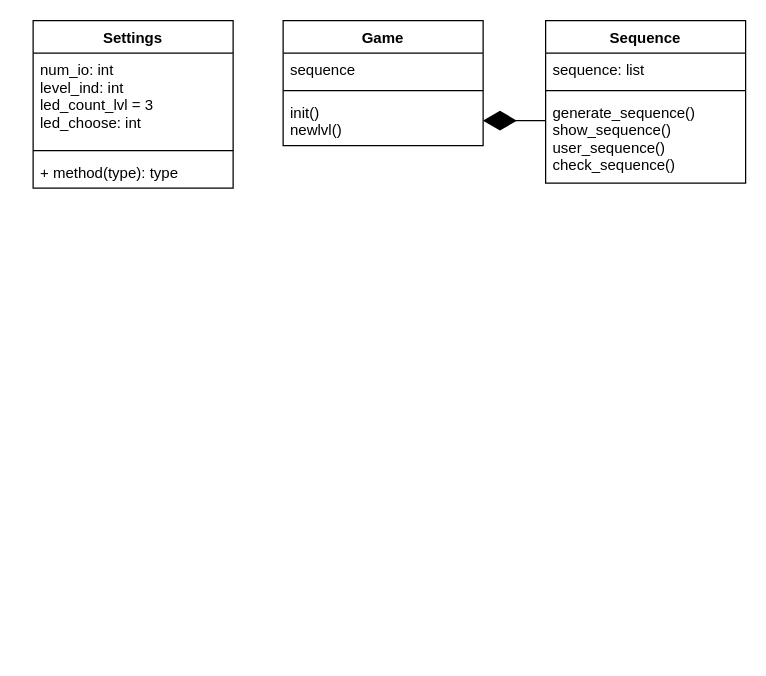
This is Class diagram.drawio from Flaviu123/LED_MindGame, a draw.io file, before an edit. Source tidied: cells renumbered, new cells numbered last; positions are measured from the earlier drawing's top-left corner, leaving out a move shared by most shapes. Both pictures are drawn from the tidied source at 125%, with x=0, y=0 at pixel (32, 20).
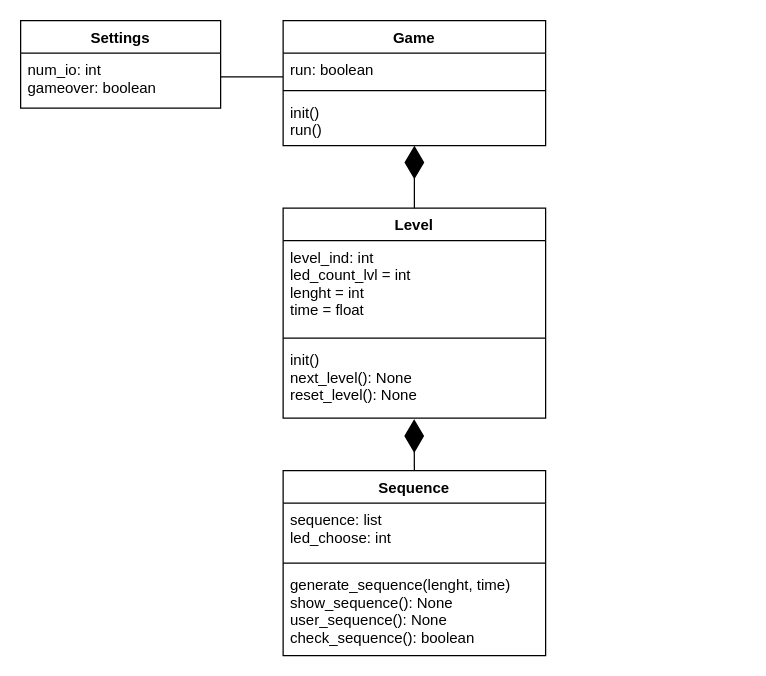
After the change.

Commit message:
Added class Level to the class diagram

What changed in the source:
```diff
@@
 <mxGraphModel>
   <root>
     <mxCell id="0" />
     <mxCell id="1" parent="0" />
     <mxCell id="2" value="Settings" style="swimlane;fontStyle=1;align=center;verticalAlign=top;horizontal=1;startSize=26;" parent="1" vertex="1">
-      <mxGeometry width="160" height="134" as="geometry" />
+      <mxGeometry x="-10" width="160" height="70" as="geometry" />
     </mxCell>
-    <mxCell id="3" value="num_io: int&#10;level_ind: int&#10;led_count_lvl = 3&#10;led_choose: int&#10;" style="text;strokeColor=none;fillColor=none;align=left;verticalAlign=top;spacingLeft=4;spacingRight=4;overflow=hidden;" parent="2" vertex="1">
-      <mxGeometry y="26" width="160" height="74" as="geometry" />
+    <mxCell id="3" value="num_io: int&#10;gameover: boolean" style="text;strokeColor=none;fillColor=none;align=left;verticalAlign=top;spacingLeft=4;spacingRight=4;overflow=hidden;" parent="2" vertex="1">
+      <mxGeometry y="26" width="160" height="44" as="geometry" />
     </mxCell>
-    <mxCell id="4" style="line;strokeWidth=1;fillColor=none;align=left;verticalAlign=middle;spacingTop=-1;spacingLeft=3;spacingRight=3;labelPosition=right;" parent="2" vertex="1">
-      <mxGeometry y="100" width="160" height="8" as="geometry" />
-    </mxCell>
-    <mxCell id="5" value="+ method(type): type" style="text;strokeColor=none;fillColor=none;align=left;verticalAlign=top;spacingLeft=4;spacingRight=4;overflow=hidden;" parent="2" vertex="1">
-      <mxGeometry y="108" width="160" height="26" as="geometry" />
-    </mxCell>
     <mxCell id="6" value="Game" style="swimlane;fontStyle=1;align=center;verticalAlign=top;horizontal=1;startSize=26;" parent="1" vertex="1">
-      <mxGeometry x="200" width="160" height="100" as="geometry" />
+      <mxGeometry x="200" width="210" height="100" as="geometry" />
     </mxCell>
-    <mxCell id="7" value="sequence" style="text;strokeColor=none;fillColor=none;align=left;verticalAlign=top;spacingLeft=4;spacingRight=4;overflow=hidden;points=[[0,0.5],[1,0.5]];portConstraint=eastwest;" parent="6" vertex="1">
-      <mxGeometry y="26" width="160" height="26" as="geometry" />
+    <mxCell id="7" value="run: boolean" style="text;strokeColor=none;fillColor=none;align=left;verticalAlign=top;spacingLeft=4;spacingRight=4;overflow=hidden;points=[[0,0.5],[1,0.5]];portConstraint=eastwest;" parent="6" vertex="1">
+      <mxGeometry y="26" width="210" height="26" as="geometry" />
     </mxCell>
     <mxCell id="8" style="line;strokeWidth=1;fillColor=none;align=left;verticalAlign=middle;spacingTop=-1;spacingLeft=3;spacingRight=3;labelPosition=right;" parent="6" vertex="1">
-      <mxGeometry y="52" width="160" height="8" as="geometry" />
+      <mxGeometry y="52" width="210" height="8" as="geometry" />
     </mxCell>
-    <mxCell id="9" value="init()&#10;newlvl()&#10;" style="text;strokeColor=none;fillColor=none;align=left;verticalAlign=top;spacingLeft=4;spacingRight=4;overflow=hidden;points=[[0,0.5],[1,0.5]];portConstraint=eastwest;" parent="6" vertex="1">
-      <mxGeometry y="60" width="160" height="40" as="geometry" />
+    <mxCell id="9" value="init()&#10;run()&#10;" style="text;strokeColor=none;fillColor=none;align=left;verticalAlign=top;spacingLeft=4;spacingRight=4;overflow=hidden;points=[[0,0.5],[1,0.5]];portConstraint=eastwest;" parent="6" vertex="1">
+      <mxGeometry y="60" width="210" height="40" as="geometry" />
     </mxCell>
     <mxCell id="10" value="Sequence" style="swimlane;fontStyle=1;align=center;verticalAlign=top;horizontal=1;startSize=26;" parent="1" vertex="1">
-      <mxGeometry x="410" width="160" height="130" as="geometry" />
+      <mxGeometry x="200" y="360" width="210" height="148" as="geometry" />
     </mxCell>
-    <mxCell id="11" value="sequence: list" style="text;strokeColor=none;fillColor=none;align=left;verticalAlign=top;spacingLeft=4;spacingRight=4;overflow=hidden;" parent="10" vertex="1">
-      <mxGeometry y="26" width="160" height="26" as="geometry" />
+    <mxCell id="11" value="sequence: list&#10;led_choose: int&#10;" style="text;strokeColor=none;fillColor=none;align=left;verticalAlign=top;spacingLeft=4;spacingRight=4;overflow=hidden;" parent="10" vertex="1">
+      <mxGeometry y="26" width="210" height="44" as="geometry" />
     </mxCell>
     <mxCell id="12" style="line;strokeWidth=1;fillColor=none;align=left;verticalAlign=middle;spacingTop=-1;spacingLeft=3;spacingRight=3;labelPosition=right;" parent="10" vertex="1">
-      <mxGeometry y="52" width="160" height="8" as="geometry" />
+      <mxGeometry y="70" width="210" height="8" as="geometry" />
     </mxCell>
-    <mxCell id="13" value="generate_sequence()&#10;show_sequence()&#10;user_sequence()&#10;check_sequence()" style="text;strokeColor=none;fillColor=none;align=left;verticalAlign=top;spacingLeft=4;spacingRight=4;overflow=hidden;" parent="10" vertex="1">
-      <mxGeometry y="60" width="160" height="70" as="geometry" />
+    <mxCell id="13" value="generate_sequence(lenght, time)&#10;show_sequence(): None&#10;user_sequence(): None&#10;check_sequence(): boolean" style="text;strokeColor=none;fillColor=none;align=left;verticalAlign=top;spacingLeft=4;spacingRight=4;overflow=hidden;" parent="10" vertex="1">
+      <mxGeometry y="78" width="210" height="70" as="geometry" />
     </mxCell>
-    <mxCell id="14" style="endArrow=diamondThin;endFill=1;endSize=24;html=1;rounded=0;entryX=1;entryY=0.5;entryDx=0;entryDy=0;" parent="1" edge="1" target="9">
-      <mxGeometry relative="1" as="geometry">
-        <mxPoint x="410" y="80" as="sourcePoint" />
-      </mxGeometry>
+    <mxCell id="14" style="endArrow=diamondThin;endFill=1;endSize=24;html=1;rounded=0;exitX=0.5;exitY=0;exitDx=0;exitDy=0;entryX=0.499;entryY=1.014;entryDx=0;entryDy=0;entryPerimeter=0;" parent="1" edge="1" source="10" target="18">
+      <mxGeometry relative="1" as="geometry" />
     </mxCell>
+    <mxCell id="15" value="Level" style="swimlane;fontStyle=1;align=center;verticalAlign=top;horizontal=1;startSize=26;" parent="1" vertex="1">
+      <mxGeometry x="200" y="150" width="210" height="168" as="geometry" />
+    </mxCell>
+    <mxCell id="16" value="level_ind: int&#10;led_count_lvl = int&#10;lenght = int&#10;time = float" style="text;strokeColor=none;fillColor=none;align=left;verticalAlign=top;spacingLeft=4;spacingRight=4;overflow=hidden;" parent="15" vertex="1">
+      <mxGeometry y="26" width="210" height="74" as="geometry" />
+    </mxCell>
+    <mxCell id="17" style="line;strokeWidth=1;fillColor=none;align=left;verticalAlign=middle;spacingTop=-1;spacingLeft=3;spacingRight=3;labelPosition=right;" parent="15" vertex="1">
+      <mxGeometry y="100" width="210" height="8" as="geometry" />
+    </mxCell>
+    <mxCell id="18" value="init()&#10;next_level(): None&#10;reset_level(): None" style="text;strokeColor=none;fillColor=none;align=left;verticalAlign=top;spacingLeft=4;spacingRight=4;overflow=hidden;points=[[0,0.5],[1,0.5]];portConstraint=eastwest;" parent="15" vertex="1">
+      <mxGeometry y="108" width="210" height="60" as="geometry" />
+    </mxCell>
+    <mxCell id="19" style="endArrow=diamondThin;endFill=1;endSize=24;html=1;rounded=0;entryX=0.5;entryY=1;entryDx=0;entryDy=0;entryPerimeter=0;exitX=0.5;exitY=0;exitDx=0;exitDy=0;" parent="1" edge="1" source="15" target="9">
+      <mxGeometry relative="1" as="geometry" />
+    </mxCell>
+    <mxCell id="20" style="endArrow=none;html=1;rounded=0;exitX=0;exitY=0.731;exitDx=0;exitDy=0;exitPerimeter=0;" parent="1" edge="1" source="7">
+      <mxGeometry relative="1" as="geometry">
+        <mxPoint x="150" y="45" as="targetPoint" />
+      </mxGeometry>
+    </mxCell>
   </root>
 </mxGraphModel>
```
